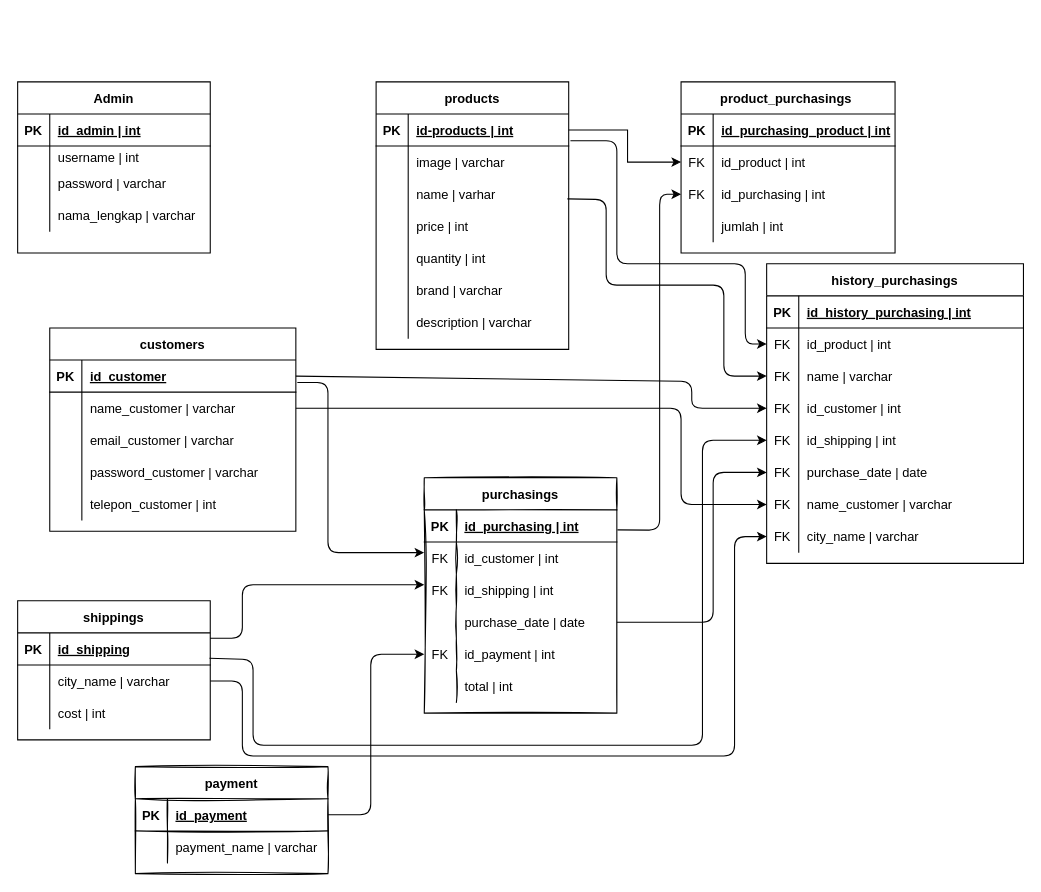
Before: pertemuan2/RedStore/Redstore_db.drawio in MoehammadAlji/redstore, a draw.io diagram. Source tidied: cells renumbered, new cells numbered last; positions are measured from the earlier drawing's top-left corner, leaving out a move shared by most shapes. Both pictures are drawn from the tidied source at 107%, with x=0, y=0 at pixel (17, 81).
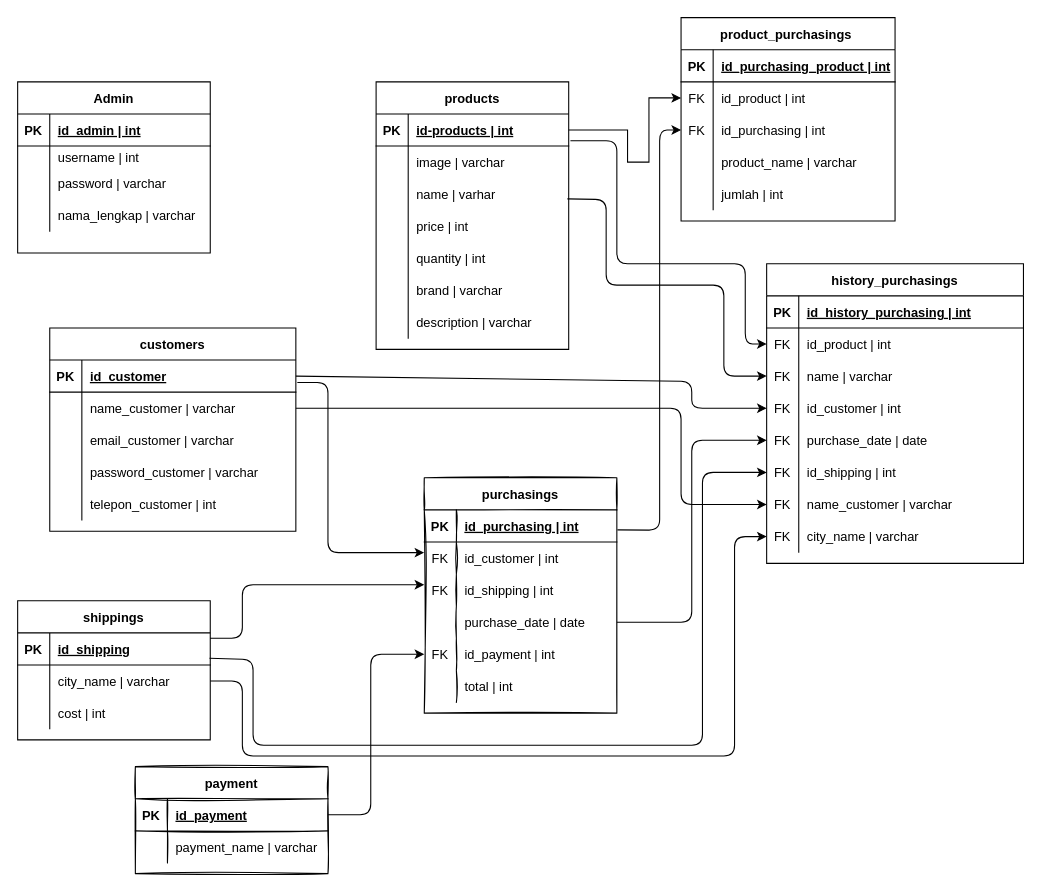
The same diagram, later.

The change refers to these unchanged cells:
```xml
<mxCell id="32" style="shape=tableRow;horizontal=0;startSize=0;swimlaneHead=0;swimlaneBody=0;fillColor=none;points=[[0,0.5],[1,0.5]];portConstraint=eastwest;top=0;left=0;right=0;bottom=1;" parent="31" vertex="1">
  <mxGeometry y="30" width="180" height="30" as="geometry" />
</mxCell>
<mxCell id="42" style="shape=tableRow;horizontal=0;startSize=0;swimlaneHead=0;swimlaneBody=0;fillColor=none;points=[[0,0.5],[1,0.5]];portConstraint=eastwest;top=0;left=0;right=0;bottom=1;" parent="41" vertex="1">
  <mxGeometry y="30" width="180" height="30" as="geometry" />
</mxCell>
<mxCell id="51" style="shape=tableRow;horizontal=0;startSize=0;swimlaneHead=0;swimlaneBody=0;fillColor=none;points=[[0,0.5],[1,0.5]];portConstraint=eastwest;top=0;left=0;right=0;bottom=0;" parent="41" vertex="1">
  <mxGeometry y="120" width="180" height="30" as="geometry" />
</mxCell>
<mxCell id="64" style="shape=tableRow;horizontal=0;startSize=0;swimlaneHead=0;swimlaneBody=0;fillColor=none;points=[[0,0.5],[1,0.5]];portConstraint=eastwest;top=0;left=0;right=0;bottom=0;" parent="60" vertex="1">
  <mxGeometry y="60" width="200" height="30" as="geometry" />
</mxCell>
<mxCell id="67" style="shape=tableRow;horizontal=0;startSize=0;swimlaneHead=0;swimlaneBody=0;fillColor=none;points=[[0,0.5],[1,0.5]];portConstraint=eastwest;top=0;left=0;right=0;bottom=0;" parent="60" vertex="1">
  <mxGeometry y="90" width="200" height="30" as="geometry" />
</mxCell>
<mxCell id="74" style="shape=tableRow;horizontal=0;startSize=0;swimlaneHead=0;swimlaneBody=0;fillColor=none;points=[[0,0.5],[1,0.5]];portConstraint=eastwest;top=0;left=0;right=0;bottom=1;" parent="73" vertex="1">
  <mxGeometry y="30" width="180" height="30" as="geometry" />
</mxCell>
<mxCell id="105" value="history_purchasings" style="shape=table;startSize=30;childLayout=tableLayout;rowLines=0;fontStyle=1;align=center;" parent="1" vertex="1">
  <mxGeometry x="700" y="170" width="240" height="280" as="geometry" />
</mxCell>
```

Change to the diagram source:
```diff
@@
     <mxCell id="60" value="product_purchasings " style="shape=table;startSize=30;childLayout=tableLayout;rowLines=0;fontStyle=1;align=center;" parent="1" vertex="1">
-      <mxGeometry x="620" width="200" height="160" as="geometry" />
+      <mxGeometry x="620" y="-60" width="200" height="190" as="geometry" />
     </mxCell>
@@
+    <mxCell id="139" style="shape=tableRow;horizontal=0;startSize=0;swimlaneHead=0;swimlaneBody=0;fillColor=none;top=0;left=0;right=0;bottom=0;" parent="60" vertex="1">
+      <mxGeometry y="120" width="200" height="30" as="geometry" />
+    </mxCell>
+    <mxCell id="140" style="shape=partialRectangle;fillColor=none;top=0;left=0;bottom=0;right=0;overflow=hidden;" parent="139" vertex="1">
+      <mxGeometry width="30" height="30" as="geometry" />
+    </mxCell>
+    <mxCell id="141" value="product_name | varchar " style="shape=partialRectangle;fillColor=none;top=0;left=0;bottom=0;right=0;align=left;spacingLeft=6;overflow=hidden;" parent="139" vertex="1">
+      <mxGeometry x="30" width="170" height="30" as="geometry" />
+    </mxCell>
     <mxCell id="70" style="shape=tableRow;horizontal=0;startSize=0;swimlaneHead=0;swimlaneBody=0;fillColor=none;top=0;left=0;right=0;bottom=0;" parent="60" vertex="1">
-      <mxGeometry y="120" width="200" height="30" as="geometry" />
+      <mxGeometry y="150" width="200" height="30" as="geometry" />
     </mxCell>
@@
     <mxCell id="95" style="endArrow=classic;html=1;rounded=0;exitX=1;exitY=0.5;exitDx=0;exitDy=0;entryX=0;entryY=0.5;entryDx=0;entryDy=0;" parent="1" edge="1" source="74" target="64">
       <mxGeometry relative="1" as="geometry">
         <Array as="points">
           <mxPoint x="570" y="45" />
           <mxPoint x="570" y="75" />
+          <mxPoint x="590" y="75" />
+          <mxPoint x="590" y="15" />
         </Array>
       </mxGeometry>
     </mxCell>
@@
+    <mxCell id="121" style="shape=tableRow;horizontal=0;startSize=0;swimlaneHead=0;swimlaneBody=0;fillColor=none;points=[[0,0.5],[1,0.5]];portConstraint=eastwest;top=0;left=0;right=0;bottom=0;" parent="105" vertex="1">
+      <mxGeometry y="150" width="240" height="30" as="geometry" />
+    </mxCell>
+    <mxCell id="122" value="FK" style="shape=partialRectangle;fillColor=none;top=0;left=0;bottom=0;right=0;overflow=hidden;" parent="121" vertex="1">
+      <mxGeometry width="30" height="30" as="geometry" />
+    </mxCell>
+    <mxCell id="123" value="purchase_date | date" style="shape=partialRectangle;fillColor=none;top=0;left=0;bottom=0;right=0;align=left;spacingLeft=6;overflow=hidden;" parent="121" vertex="1">
+      <mxGeometry x="30" width="210" height="30" as="geometry" />
+    </mxCell>
     <mxCell id="118" style="shape=tableRow;horizontal=0;startSize=0;swimlaneHead=0;swimlaneBody=0;fillColor=none;points=[[0,0.5],[1,0.5]];portConstraint=eastwest;top=0;left=0;right=0;bottom=0;" parent="105" vertex="1">
-      <mxGeometry y="150" width="240" height="30" as="geometry" />
+      <mxGeometry y="180" width="240" height="30" as="geometry" />
     </mxCell>
@@
-    <mxCell id="121" style="shape=tableRow;horizontal=0;startSize=0;swimlaneHead=0;swimlaneBody=0;fillColor=none;points=[[0,0.5],[1,0.5]];portConstraint=eastwest;top=0;left=0;right=0;bottom=0;" parent="105" vertex="1">
-      <mxGeometry y="180" width="240" height="30" as="geometry" />
-    </mxCell>
-    <mxCell id="122" value="FK" style="shape=partialRectangle;fillColor=none;top=0;left=0;bottom=0;right=0;overflow=hidden;" parent="121" vertex="1">
-      <mxGeometry width="30" height="30" as="geometry" />
-    </mxCell>
-    <mxCell id="123" value="purchase_date | date" style="shape=partialRectangle;fillColor=none;top=0;left=0;bottom=0;right=0;align=left;spacingLeft=6;overflow=hidden;" parent="121" vertex="1">
-      <mxGeometry x="30" width="210" height="30" as="geometry" />
-    </mxCell>
@@
     <mxCell id="130" style="endArrow=classic;html=1;rounded=1;exitX=1;exitY=0.5;exitDx=0;exitDy=0;entryX=0;entryY=0.5;entryDx=0;entryDy=0;" parent="1" edge="1" source="51" target="121">
       <mxGeometry relative="1" as="geometry">
         <Array as="points">
-          <mxPoint x="650" y="505" />
-          <mxPoint x="650" y="365" />
+          <mxPoint x="630" y="505" />
+          <mxPoint x="630" y="335" />
         </Array>
       </mxGeometry>
     </mxCell>
     <mxCell id="131" style="endArrow=classic;html=1;rounded=1;entryX=0;entryY=0.5;entryDx=0;entryDy=0;exitX=0.996;exitY=0.789;exitDx=0;exitDy=0;exitPerimeter=0;" parent="1" edge="1" source="32" target="118">
       <mxGeometry relative="1" as="geometry">
         <Array as="points">
           <mxPoint x="220" y="540" />
           <mxPoint x="220" y="620" />
           <mxPoint x="640" y="620" />
           <mxPoint x="640" y="470" />
-          <mxPoint x="640" y="335" />
+          <mxPoint x="640" y="365" />
         </Array>
       </mxGeometry>
     </mxCell>
@@
     <mxCell id="134" style="endArrow=classic;html=1;rounded=1;exitX=1.003;exitY=0.624;exitDx=0;exitDy=0;exitPerimeter=0;entryX=0;entryY=0.5;entryDx=0;entryDy=0;" parent="1" edge="1" source="42" target="67">
       <mxGeometry relative="1" as="geometry">
         <Array as="points">
           <mxPoint x="600" y="419" />
           <mxPoint x="600" y="190" />
           <mxPoint x="600" y="105" />
+          <mxPoint x="600" y="45" />
         </Array>
       </mxGeometry>
     </mxCell>
```
